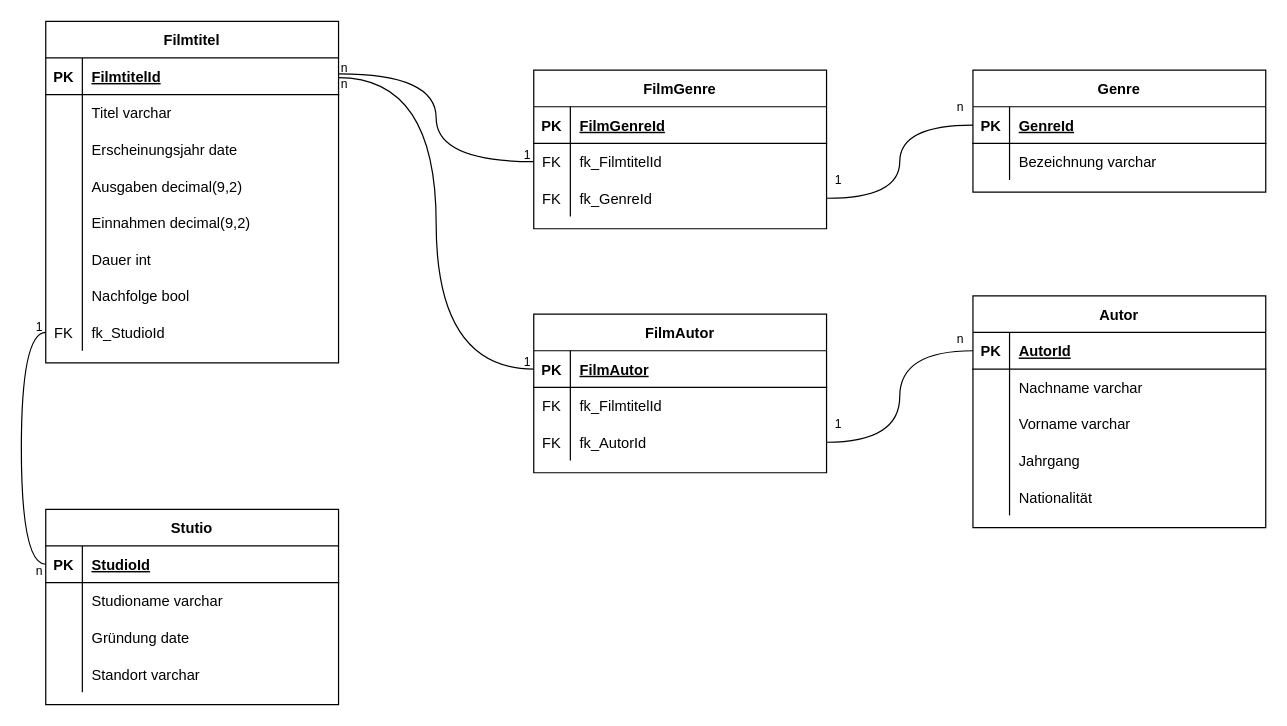
Lewdca/M153-Filmdatenbank keeps this draw.io diagram as Filmdatenbank.drawio. Above is the earlier version. Source tidied: cells renumbered, new cells numbered last; positions are measured from the earlier drawing's top-left corner, leaving out a move shared by most shapes. Both pictures are drawn from the tidied source at 122%, with x=0, y=0 at pixel (27, 21).
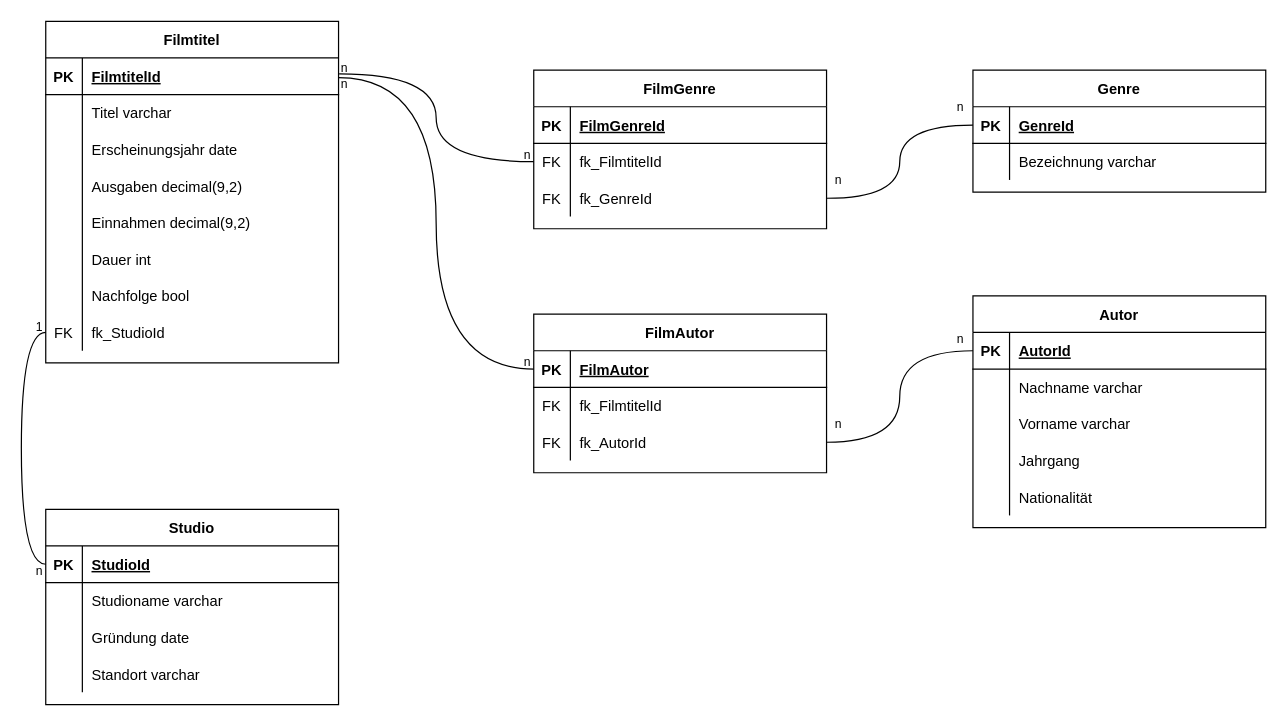
After the change.

Commit message (it also covers changes not shown here):
Korrektur ERD

Change to the diagram source:
```diff
@@
-    <mxCell id="9" value="Stutio" style="shape=table;startSize=30;childLayout=tableLayout;rowLines=0;fontStyle=1;align=center;" parent="1" vertex="1">
+    <mxCell id="9" value="Studio" style="shape=table;startSize=30;childLayout=tableLayout;rowLines=0;fontStyle=1;align=center;" parent="1" vertex="1">
       <mxGeometry x="15" y="400" width="240" height="160" as="geometry" />
     </mxCell>
@@
-    <mxCell id="89" value="1" style="text;html=1;strokeColor=none;fillColor=none;align=center;verticalAlign=middle;whiteSpace=wrap;rounded=0;fontSize=10;" parent="1" vertex="1">
+    <mxCell id="89" value="n" style="text;html=1;strokeColor=none;fillColor=none;align=center;verticalAlign=middle;whiteSpace=wrap;rounded=0;fontSize=10;" parent="1" vertex="1">
       <mxGeometry x="400" y="99" width="20" height="20" as="geometry" />
     </mxCell>
@@
-    <mxCell id="91" value="1" style="text;html=1;strokeColor=none;fillColor=none;align=center;verticalAlign=middle;whiteSpace=wrap;rounded=0;fontSize=10;" parent="1" vertex="1">
+    <mxCell id="91" value="n" style="text;html=1;strokeColor=none;fillColor=none;align=center;verticalAlign=middle;whiteSpace=wrap;rounded=0;fontSize=10;" parent="1" vertex="1">
       <mxGeometry x="400" y="269" width="20" height="20" as="geometry" />
     </mxCell>
@@
-    <mxCell id="94" value="1" style="text;html=1;strokeColor=none;fillColor=none;align=center;verticalAlign=middle;whiteSpace=wrap;rounded=0;fontSize=10;" parent="1" vertex="1">
+    <mxCell id="94" value="n" style="text;html=1;strokeColor=none;fillColor=none;align=center;verticalAlign=middle;whiteSpace=wrap;rounded=0;fontSize=10;" parent="1" vertex="1">
       <mxGeometry x="655" y="320" width="20" height="20" as="geometry" />
     </mxCell>
-    <mxCell id="95" value="1" style="text;html=1;strokeColor=none;fillColor=none;align=center;verticalAlign=middle;whiteSpace=wrap;rounded=0;fontSize=10;" parent="1" vertex="1">
+    <mxCell id="95" value="n" style="text;html=1;strokeColor=none;fillColor=none;align=center;verticalAlign=middle;whiteSpace=wrap;rounded=0;fontSize=10;" parent="1" vertex="1">
       <mxGeometry x="655" y="120" width="20" height="20" as="geometry" />
     </mxCell>
```
